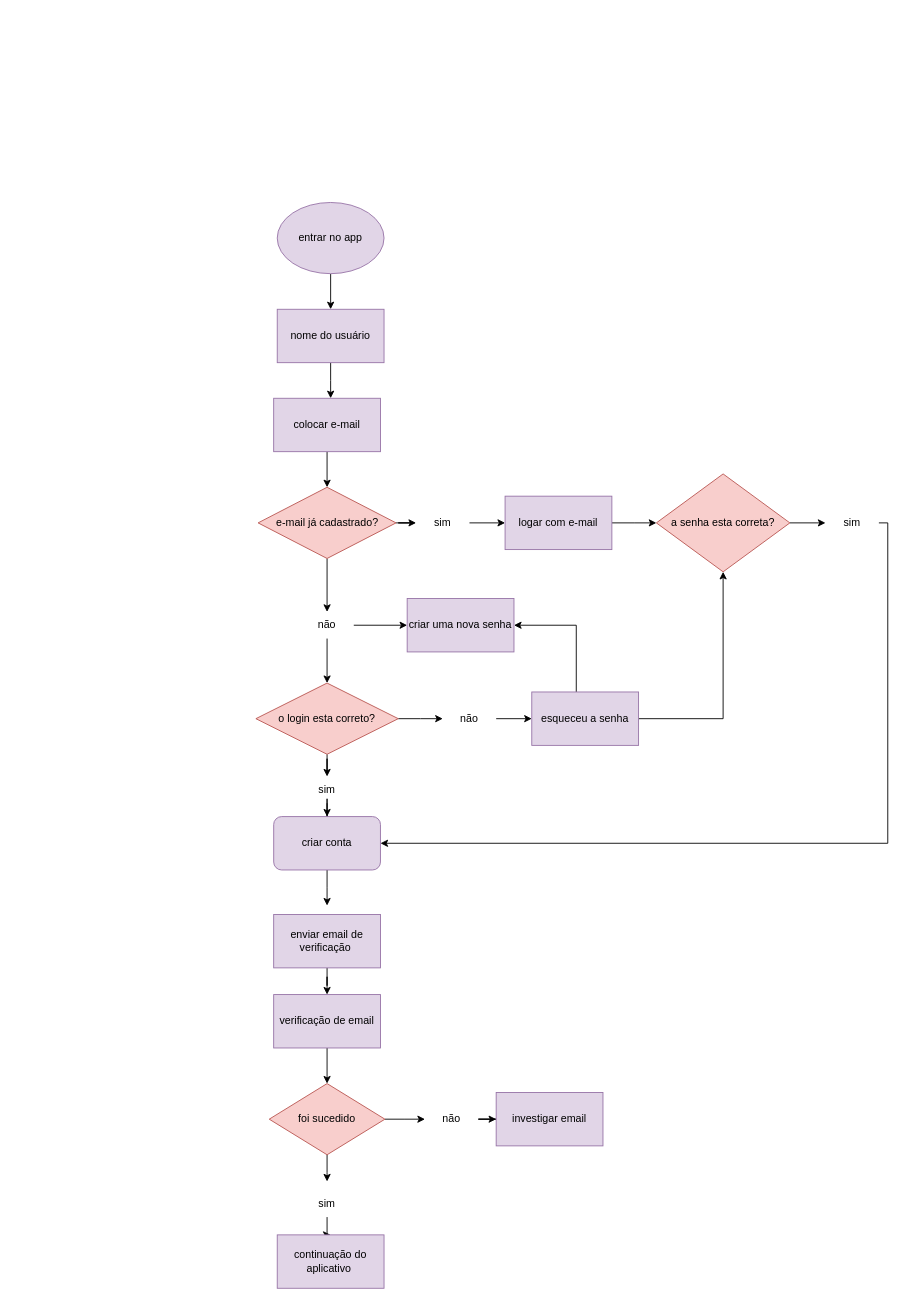
This is Doc/fluxograma.drawio from alifergabriel/pao, a draw.io file, before an edit. Source tidied: cells renumbered, new cells numbered last; positions are measured from the earlier drawing's top-left corner, leaving out a move shared by most shapes. Both pictures are drawn from the tidied source at 89%, with x=0, y=0 at pixel (-83, 104).
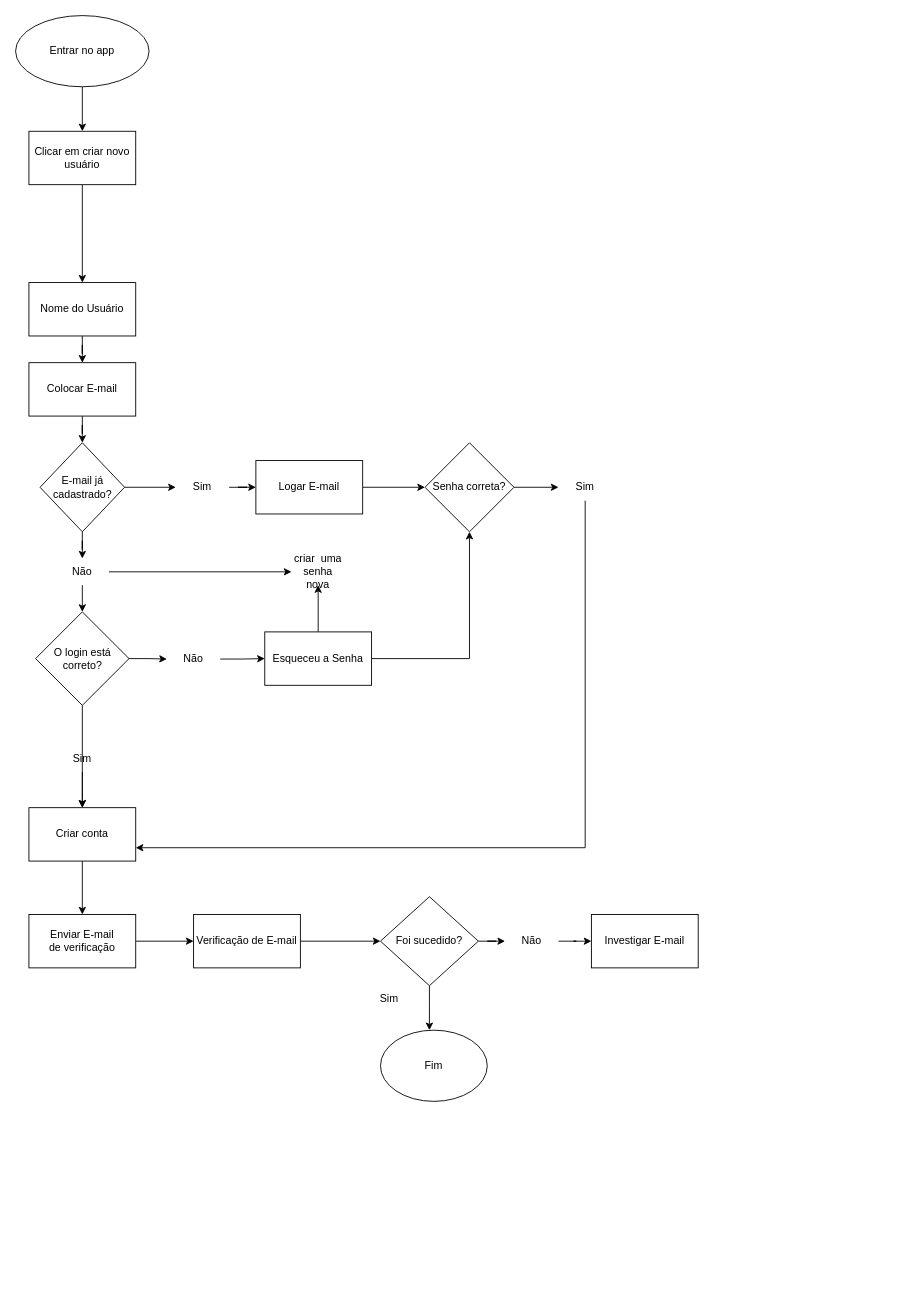
Above is the later version.

Diff of the diagram source:
```diff
@@
-    <mxCell id="2" style="edgeStyle=orthogonalEdgeStyle;rounded=0;orthogonalLoop=1;jettySize=auto;html=1;entryX=0;entryY=0.5;entryDx=0;entryDy=0;" parent="1" edge="1">
-      <mxGeometry relative="1" as="geometry">
-        <mxPoint x="404" as="targetPoint" />
-        <Array as="points">
-          <mxPoint y="1080" />
-          <mxPoint />
-        </Array>
-      </mxGeometry>
-    </mxCell>
-    <mxCell id="3" style="edgeStyle=orthogonalEdgeStyle;rounded=0;jettySize=auto;html=1;" parent="1" edge="1" source="4" target="6">
-      <mxGeometry relative="1" as="geometry" />
-    </mxCell>
-    <mxCell id="4" value="entrar no app" style="ellipse;whiteSpace=wrap;html=1;fillColor=#e1d5e7;strokeColor=#9673a6;" parent="1" vertex="1">
-      <mxGeometry x="404" y="110" width="120" height="80" as="geometry" />
-    </mxCell>
-    <mxCell id="5" style="edgeStyle=orthogonalEdgeStyle;rounded=0;jettySize=auto;html=1;" parent="1" edge="1" source="6">
-      <mxGeometry relative="1" as="geometry">
-        <mxPoint x="464" y="330" as="targetPoint" />
-      </mxGeometry>
-    </mxCell>
-    <mxCell id="6" value="nome do usuário" style="rounded=0;whiteSpace=wrap;html=1;fillColor=#e1d5e7;strokeColor=#9673a6;" parent="1" vertex="1">
-      <mxGeometry x="404" y="230" width="120" height="60" as="geometry" />
-    </mxCell>
-    <mxCell id="7" style="edgeStyle=orthogonalEdgeStyle;rounded=0;jettySize=auto;html=1;" parent="1" edge="1" source="8" target="11">
-      <mxGeometry relative="1" as="geometry" />
-    </mxCell>
-    <mxCell id="8" value="colocar e-mail" style="rounded=0;whiteSpace=wrap;html=1;fillColor=#e1d5e7;strokeColor=#9673a6;" parent="1" vertex="1">
-      <mxGeometry x="400" y="330" width="120" height="60" as="geometry" />
-    </mxCell>
-    <mxCell id="9" style="edgeStyle=orthogonalEdgeStyle;rounded=0;jettySize=auto;html=1;" parent="1" edge="1" source="11" target="13">
-      <mxGeometry relative="1" as="geometry" />
-    </mxCell>
-    <mxCell id="10" style="edgeStyle=orthogonalEdgeStyle;rounded=0;jettySize=auto;html=1;" parent="1" edge="1" source="11" target="22">
-      <mxGeometry relative="1" as="geometry" />
-    </mxCell>
-    <mxCell id="11" value="e-mail já cadastrado?" style="rhombus;whiteSpace=wrap;html=1;fillColor=#f8cecc;strokeColor=#b85450;" parent="1" vertex="1">
-      <mxGeometry x="382.5" y="430" width="155" height="80" as="geometry" />
-    </mxCell>
-    <mxCell id="12" style="edgeStyle=orthogonalEdgeStyle;rounded=0;jettySize=auto;html=1;" parent="1" edge="1" source="13" target="15">
-      <mxGeometry relative="1" as="geometry" />
-    </mxCell>
-    <mxCell id="13" value="sim" style="text;html=1;align=center;verticalAlign=middle;whiteSpace=wrap;rounded=0;" parent="1" vertex="1">
-      <mxGeometry x="560" y="455" width="60" height="30" as="geometry" />
-    </mxCell>
-    <mxCell id="14" style="edgeStyle=orthogonalEdgeStyle;rounded=0;jettySize=auto;html=1;" parent="1" edge="1" source="15">
-      <mxGeometry relative="1" as="geometry">
-        <mxPoint x="830" y="470" as="targetPoint" />
-      </mxGeometry>
-    </mxCell>
-    <mxCell id="15" value="logar com e-mail" style="rounded=0;whiteSpace=wrap;html=1;fillColor=#e1d5e7;strokeColor=#9673a6;" parent="1" vertex="1">
-      <mxGeometry x="660" y="440" width="120" height="60" as="geometry" />
-    </mxCell>
-    <mxCell id="16" style="edgeStyle=orthogonalEdgeStyle;rounded=0;jettySize=auto;html=1;" parent="1" edge="1" source="17" target="19">
-      <mxGeometry relative="1" as="geometry" />
-    </mxCell>
-    <mxCell id="17" value="a senha esta correta?" style="rhombus;whiteSpace=wrap;html=1;fillColor=#f8cecc;strokeColor=#b85450;" parent="1" vertex="1">
-      <mxGeometry x="830" y="415" width="150" height="110" as="geometry" />
-    </mxCell>
-    <mxCell id="18" style="edgeStyle=orthogonalEdgeStyle;rounded=0;jettySize=auto;html=1;entryX=1;entryY=0.5;entryDx=0;entryDy=0;" parent="1" edge="1" source="19" target="35">
-      <mxGeometry relative="1" as="geometry">
-        <Array as="points">
-          <mxPoint x="1090" y="470" />
-          <mxPoint x="1090" y="830" />
-        </Array>
-      </mxGeometry>
-    </mxCell>
-    <mxCell id="19" value="sim" style="text;html=1;align=center;verticalAlign=middle;whiteSpace=wrap;rounded=0;" parent="1" vertex="1">
-      <mxGeometry x="1020" y="455" width="60" height="30" as="geometry" />
-    </mxCell>
-    <mxCell id="20" style="edgeStyle=orthogonalEdgeStyle;rounded=0;jettySize=auto;html=1;" parent="1" edge="1" source="22" target="23">
-      <mxGeometry relative="1" as="geometry" />
-    </mxCell>
-    <mxCell id="21" style="edgeStyle=orthogonalEdgeStyle;rounded=0;jettySize=auto;html=1;" parent="1" edge="1" source="22" target="26">
-      <mxGeometry relative="1" as="geometry" />
-    </mxCell>
-    <mxCell id="22" value="não" style="text;html=1;align=center;verticalAlign=middle;whiteSpace=wrap;rounded=0;" parent="1" vertex="1">
-      <mxGeometry x="430" y="570" width="60" height="30" as="geometry" />
-    </mxCell>
-    <mxCell id="23" value="criar uma nova senha" style="rounded=0;whiteSpace=wrap;html=1;fillColor=#e1d5e7;strokeColor=#9673a6;" parent="1" vertex="1">
-      <mxGeometry x="550" y="555" width="120" height="60" as="geometry" />
-    </mxCell>
-    <mxCell id="24" style="edgeStyle=orthogonalEdgeStyle;rounded=0;jettySize=auto;html=1;" parent="1" edge="1" source="26">
-      <mxGeometry relative="1" as="geometry">
-        <mxPoint x="590" y="690" as="targetPoint" />
-      </mxGeometry>
-    </mxCell>
-    <mxCell id="25" style="edgeStyle=orthogonalEdgeStyle;rounded=0;jettySize=auto;html=1;" parent="1" edge="1" source="26" target="33">
-      <mxGeometry relative="1" as="geometry" />
-    </mxCell>
-    <mxCell id="26" value="o login esta correto?" style="rhombus;whiteSpace=wrap;html=1;fillColor=#f8cecc;strokeColor=#b85450;" parent="1" vertex="1">
-      <mxGeometry x="380" y="650" width="160" height="80" as="geometry" />
-    </mxCell>
-    <mxCell id="27" style="edgeStyle=orthogonalEdgeStyle;rounded=0;jettySize=auto;html=1;" parent="1" edge="1" source="28" target="31">
-      <mxGeometry relative="1" as="geometry" />
-    </mxCell>
-    <mxCell id="28" value="não" style="text;html=1;align=center;verticalAlign=middle;whiteSpace=wrap;rounded=0;" parent="1" vertex="1">
-      <mxGeometry x="590" y="675" width="60" height="30" as="geometry" />
-    </mxCell>
-    <mxCell id="29" style="edgeStyle=orthogonalEdgeStyle;rounded=0;jettySize=auto;html=1;entryX=1;entryY=0.5;entryDx=0;entryDy=0;" parent="1" edge="1" source="31" target="23">
-      <mxGeometry relative="1" as="geometry">
-        <Array as="points">
-          <mxPoint x="740" y="585" />
-        </Array>
-      </mxGeometry>
-    </mxCell>
-    <mxCell id="30" style="edgeStyle=orthogonalEdgeStyle;rounded=0;jettySize=auto;html=1;entryX=0.5;entryY=1;entryDx=0;entryDy=0;" parent="1" edge="1" source="31" target="17">
-      <mxGeometry relative="1" as="geometry" />
-    </mxCell>
-    <mxCell id="31" value="esqueceu a senha" style="rounded=0;whiteSpace=wrap;html=1;fillColor=#e1d5e7;strokeColor=#9673a6;" parent="1" vertex="1">
-      <mxGeometry x="690" y="660" width="120" height="60" as="geometry" />
-    </mxCell>
-    <mxCell id="32" style="edgeStyle=orthogonalEdgeStyle;rounded=0;jettySize=auto;html=1;" parent="1" edge="1" source="33" target="35">
-      <mxGeometry relative="1" as="geometry" />
-    </mxCell>
-    <mxCell id="33" value="sim" style="text;html=1;align=center;verticalAlign=middle;whiteSpace=wrap;rounded=0;" parent="1" vertex="1">
-      <mxGeometry x="430" y="755" width="60" height="30" as="geometry" />
-    </mxCell>
-    <mxCell id="34" style="edgeStyle=orthogonalEdgeStyle;rounded=0;jettySize=auto;html=1;" parent="1" edge="1" source="35">
-      <mxGeometry relative="1" as="geometry">
-        <mxPoint x="460" y="900" as="targetPoint" />
-      </mxGeometry>
-    </mxCell>
-    <mxCell id="35" value="criar conta" style="rounded=1;whiteSpace=wrap;html=1;fillColor=#e1d5e7;strokeColor=#9673a6;" parent="1" vertex="1">
-      <mxGeometry x="400" y="800" width="120" height="60" as="geometry" />
-    </mxCell>
-    <mxCell id="36" style="edgeStyle=orthogonalEdgeStyle;rounded=0;jettySize=auto;html=1;" parent="1" edge="1" source="37" target="39">
-      <mxGeometry relative="1" as="geometry" />
-    </mxCell>
-    <mxCell id="37" value="enviar email de verificação&amp;nbsp;" style="rounded=0;whiteSpace=wrap;html=1;fillColor=#e1d5e7;strokeColor=#9673a6;" parent="1" vertex="1">
-      <mxGeometry x="400" y="910" width="120" height="60" as="geometry" />
-    </mxCell>
-    <mxCell id="38" style="edgeStyle=orthogonalEdgeStyle;rounded=0;jettySize=auto;html=1;" parent="1" edge="1" source="39" target="42">
-      <mxGeometry relative="1" as="geometry" />
-    </mxCell>
-    <mxCell id="39" value="verificação de email" style="rounded=0;whiteSpace=wrap;html=1;fillColor=#e1d5e7;strokeColor=#9673a6;" parent="1" vertex="1">
-      <mxGeometry x="400" y="1000" width="120" height="60" as="geometry" />
-    </mxCell>
-    <mxCell id="40" style="edgeStyle=orthogonalEdgeStyle;rounded=0;jettySize=auto;html=1;" parent="1" edge="1" source="42">
-      <mxGeometry relative="1" as="geometry">
-        <mxPoint x="570" y="1140" as="targetPoint" />
-      </mxGeometry>
-    </mxCell>
-    <mxCell id="41" style="edgeStyle=orthogonalEdgeStyle;rounded=0;jettySize=auto;html=1;" parent="1" edge="1" source="42">
-      <mxGeometry relative="1" as="geometry">
-        <mxPoint x="460" y="1210" as="targetPoint" />
-      </mxGeometry>
-    </mxCell>
-    <mxCell id="42" value="foi sucedido" style="rhombus;whiteSpace=wrap;html=1;fillColor=#f8cecc;strokeColor=#b85450;" parent="1" vertex="1">
-      <mxGeometry x="395" y="1100" width="130" height="80" as="geometry" />
-    </mxCell>
-    <mxCell id="43" style="edgeStyle=orthogonalEdgeStyle;rounded=0;jettySize=auto;html=1;" parent="1" edge="1" source="44" target="45">
-      <mxGeometry relative="1" as="geometry" />
-    </mxCell>
-    <mxCell id="44" value="não" style="text;html=1;align=center;verticalAlign=middle;whiteSpace=wrap;rounded=0;" parent="1" vertex="1">
-      <mxGeometry x="570" y="1125" width="60" height="30" as="geometry" />
-    </mxCell>
-    <mxCell id="45" value="investigar email" style="rounded=0;whiteSpace=wrap;html=1;fillColor=#e1d5e7;strokeColor=#9673a6;" parent="1" vertex="1">
-      <mxGeometry x="650" y="1110" width="120" height="60" as="geometry" />
-    </mxCell>
-    <mxCell id="46" style="edgeStyle=orthogonalEdgeStyle;rounded=0;jettySize=auto;html=1;" parent="1" edge="1" source="47" target="48">
-      <mxGeometry relative="1" as="geometry" />
-    </mxCell>
-    <mxCell id="47" value="sim" style="text;html=1;align=center;verticalAlign=middle;whiteSpace=wrap;rounded=0;" parent="1" vertex="1">
-      <mxGeometry x="430" y="1220" width="60" height="30" as="geometry" />
-    </mxCell>
-    <mxCell id="48" value="continuação do aplicativo&amp;nbsp;" style="rounded=0;whiteSpace=wrap;html=1;fillColor=#e1d5e7;strokeColor=#9673a6;" parent="1" vertex="1">
-      <mxGeometry x="404" y="1270" width="120" height="60" as="geometry" />
-    </mxCell>
+    <mxCell id="49" style="edgeStyle=orthogonalEdgeStyle;rounded=0;jettySize=auto;html=1;" parent="1" edge="1" source="50" target="95">
+      <mxGeometry relative="1" as="geometry" />
+    </mxCell>
+    <mxCell id="50" value="Entrar no app" style="ellipse;whiteSpace=wrap;html=1;" parent="1" vertex="1">
+      <mxGeometry x="110" y="-100" width="150" height="80" as="geometry" />
+    </mxCell>
+    <mxCell id="51" style="edgeStyle=orthogonalEdgeStyle;rounded=0;jettySize=auto;html=1;" parent="1" edge="1" source="52" target="54">
+      <mxGeometry relative="1" as="geometry" />
+    </mxCell>
+    <mxCell id="52" value="Nome do Usuário" style="rounded=0;whiteSpace=wrap;html=1;" parent="1" vertex="1">
+      <mxGeometry x="125" y="200" width="120" height="60" as="geometry" />
+    </mxCell>
+    <mxCell id="53" style="edgeStyle=orthogonalEdgeStyle;rounded=0;jettySize=auto;html=1;" parent="1" edge="1" source="54" target="57">
+      <mxGeometry relative="1" as="geometry" />
+    </mxCell>
+    <mxCell id="54" value="Colocar E-mail" style="rounded=0;whiteSpace=wrap;html=1;" parent="1" vertex="1">
+      <mxGeometry x="125" y="290" width="120" height="60" as="geometry" />
+    </mxCell>
+    <mxCell id="55" style="edgeStyle=orthogonalEdgeStyle;rounded=0;jettySize=auto;html=1;" parent="1" edge="1" source="57" target="60">
+      <mxGeometry relative="1" as="geometry" />
+    </mxCell>
+    <mxCell id="56" style="edgeStyle=orthogonalEdgeStyle;rounded=0;jettySize=auto;html=1;" parent="1" edge="1" source="57" target="65">
+      <mxGeometry relative="1" as="geometry" />
+    </mxCell>
+    <mxCell id="57" value="E-mail já cadastrado?" style="rhombus;whiteSpace=wrap;html=1;" parent="1" vertex="1">
+      <mxGeometry x="137.5" y="380" width="95" height="100" as="geometry" />
+    </mxCell>
+    <mxCell id="58" style="edgeStyle=orthogonalEdgeStyle;rounded=0;jettySize=auto;html=1;" parent="1" edge="1" source="60">
+      <mxGeometry relative="1" as="geometry">
+        <mxPoint x="185" y="570" as="targetPoint" />
+      </mxGeometry>
+    </mxCell>
+    <mxCell id="59" style="edgeStyle=orthogonalEdgeStyle;rounded=0;jettySize=auto;html=1;entryX=0;entryY=0.5;entryDx=0;entryDy=0;" parent="1" edge="1" source="60" target="77">
+      <mxGeometry relative="1" as="geometry" />
+    </mxCell>
+    <mxCell id="60" value="Não" style="text;html=1;align=center;verticalAlign=middle;whiteSpace=wrap;rounded=0;" parent="1" vertex="1">
+      <mxGeometry x="155" y="510" width="60" height="30" as="geometry" />
+    </mxCell>
+    <mxCell id="61" style="edgeStyle=orthogonalEdgeStyle;rounded=0;jettySize=auto;html=1;" parent="1" edge="1" source="63" target="76">
+      <mxGeometry relative="1" as="geometry" />
+    </mxCell>
+    <mxCell id="62" style="edgeStyle=orthogonalEdgeStyle;rounded=0;jettySize=auto;html=1;" parent="1" edge="1" source="63" target="81">
+      <mxGeometry relative="1" as="geometry" />
+    </mxCell>
+    <mxCell id="63" value="O login está correto?" style="rhombus;whiteSpace=wrap;html=1;" parent="1" vertex="1">
+      <mxGeometry x="132.5" y="570" width="105" height="105" as="geometry" />
+    </mxCell>
+    <mxCell id="64" style="edgeStyle=orthogonalEdgeStyle;rounded=0;jettySize=auto;html=1;" parent="1" edge="1" source="65" target="67">
+      <mxGeometry relative="1" as="geometry" />
+    </mxCell>
+    <mxCell id="65" value="Sim" style="text;html=1;align=center;verticalAlign=middle;whiteSpace=wrap;rounded=0;" parent="1" vertex="1">
+      <mxGeometry x="290" y="415" width="60" height="30" as="geometry" />
+    </mxCell>
+    <mxCell id="66" style="edgeStyle=orthogonalEdgeStyle;rounded=0;jettySize=auto;html=1;" parent="1" edge="1" source="67" target="69">
+      <mxGeometry relative="1" as="geometry" />
+    </mxCell>
+    <mxCell id="67" value="Logar E-mail" style="rounded=0;whiteSpace=wrap;html=1;" parent="1" vertex="1">
+      <mxGeometry x="380" y="400" width="120" height="60" as="geometry" />
+    </mxCell>
+    <mxCell id="68" style="edgeStyle=orthogonalEdgeStyle;rounded=0;jettySize=auto;html=1;" parent="1" edge="1" source="69" target="71">
+      <mxGeometry relative="1" as="geometry" />
+    </mxCell>
+    <mxCell id="69" value="Senha correta?" style="rhombus;whiteSpace=wrap;html=1;" parent="1" vertex="1">
+      <mxGeometry x="570" y="380" width="100" height="100" as="geometry" />
+    </mxCell>
+    <mxCell id="70" style="edgeStyle=orthogonalEdgeStyle;rounded=0;jettySize=auto;html=1;entryX=1;entryY=0.75;entryDx=0;entryDy=0;" parent="1" edge="1" source="71" target="81">
+      <mxGeometry relative="1" as="geometry">
+        <Array as="points">
+          <mxPoint x="750" y="835" />
+        </Array>
+      </mxGeometry>
+    </mxCell>
+    <mxCell id="71" value="Sim" style="text;html=1;align=center;verticalAlign=middle;whiteSpace=wrap;rounded=0;" parent="1" vertex="1">
+      <mxGeometry x="720" y="415" width="60" height="30" as="geometry" />
+    </mxCell>
+    <mxCell id="72" style="edgeStyle=orthogonalEdgeStyle;rounded=0;jettySize=auto;html=1;" parent="1" edge="1" source="74" target="77">
+      <mxGeometry relative="1" as="geometry" />
+    </mxCell>
+    <mxCell id="73" style="edgeStyle=orthogonalEdgeStyle;rounded=0;jettySize=auto;html=1;entryX=0.5;entryY=1;entryDx=0;entryDy=0;" parent="1" edge="1" source="74" target="69">
+      <mxGeometry relative="1" as="geometry" />
+    </mxCell>
+    <mxCell id="74" value="Esqueceu a Senha" style="rounded=0;whiteSpace=wrap;html=1;" parent="1" vertex="1">
+      <mxGeometry x="390" y="592.5" width="120" height="60" as="geometry" />
+    </mxCell>
+    <mxCell id="75" style="edgeStyle=orthogonalEdgeStyle;rounded=0;jettySize=auto;html=1;" parent="1" edge="1" source="76" target="74">
+      <mxGeometry relative="1" as="geometry" />
+    </mxCell>
+    <mxCell id="76" value="Não" style="text;html=1;align=center;verticalAlign=middle;whiteSpace=wrap;rounded=0;" parent="1" vertex="1">
+      <mxGeometry x="280" y="608" width="60" height="30" as="geometry" />
+    </mxCell>
+    <mxCell id="77" value="criar&amp;nbsp; uma senha nova" style="text;html=1;align=center;verticalAlign=middle;whiteSpace=wrap;rounded=0;" parent="1" vertex="1">
+      <mxGeometry x="420" y="510" width="60" height="30" as="geometry" />
+    </mxCell>
+    <mxCell id="78" style="edgeStyle=orthogonalEdgeStyle;rounded=0;jettySize=auto;html=1;" parent="1" edge="1" source="79" target="81">
+      <mxGeometry relative="1" as="geometry" />
+    </mxCell>
+    <mxCell id="79" value="Sim" style="text;html=1;align=center;verticalAlign=middle;whiteSpace=wrap;rounded=0;" parent="1" vertex="1">
+      <mxGeometry x="155" y="720" width="60" height="30" as="geometry" />
+    </mxCell>
+    <mxCell id="80" style="edgeStyle=orthogonalEdgeStyle;rounded=0;jettySize=auto;html=1;" parent="1" edge="1" source="81" target="83">
+      <mxGeometry relative="1" as="geometry" />
+    </mxCell>
+    <mxCell id="81" value="Criar conta" style="rounded=0;whiteSpace=wrap;html=1;" parent="1" vertex="1">
+      <mxGeometry x="125" y="790" width="120" height="60" as="geometry" />
+    </mxCell>
+    <mxCell id="82" style="edgeStyle=orthogonalEdgeStyle;rounded=0;jettySize=auto;html=1;" parent="1" edge="1" source="83" target="85">
+      <mxGeometry relative="1" as="geometry" />
+    </mxCell>
+    <mxCell id="83" value="Enviar E-mail&lt;div&gt;de verificação&lt;/div&gt;" style="rounded=0;whiteSpace=wrap;html=1;" parent="1" vertex="1">
+      <mxGeometry x="125" y="910" width="120" height="60" as="geometry" />
+    </mxCell>
+    <mxCell id="84" style="edgeStyle=orthogonalEdgeStyle;rounded=0;jettySize=auto;html=1;" parent="1" edge="1" source="85" target="88">
+      <mxGeometry relative="1" as="geometry" />
+    </mxCell>
+    <mxCell id="85" value="Verificação de E-mail" style="rounded=0;whiteSpace=wrap;html=1;" parent="1" vertex="1">
+      <mxGeometry x="310" y="910" width="120" height="60" as="geometry" />
+    </mxCell>
+    <mxCell id="86" style="edgeStyle=orthogonalEdgeStyle;rounded=0;jettySize=auto;html=1;" parent="1" edge="1" source="88" target="90">
+      <mxGeometry relative="1" as="geometry" />
+    </mxCell>
+    <mxCell id="87" style="edgeStyle=orthogonalEdgeStyle;rounded=0;jettySize=auto;html=1;" parent="1" edge="1" source="88">
+      <mxGeometry relative="1" as="geometry">
+        <mxPoint x="575" y="1040" as="targetPoint" />
+      </mxGeometry>
+    </mxCell>
+    <mxCell id="88" value="Foi sucedido?" style="rhombus;whiteSpace=wrap;html=1;" parent="1" vertex="1">
+      <mxGeometry x="520" y="890" width="110" height="100" as="geometry" />
+    </mxCell>
+    <mxCell id="89" style="edgeStyle=orthogonalEdgeStyle;rounded=0;jettySize=auto;html=1;" parent="1" edge="1" source="90" target="91">
+      <mxGeometry relative="1" as="geometry" />
+    </mxCell>
+    <mxCell id="90" value="Não" style="text;html=1;align=center;verticalAlign=middle;whiteSpace=wrap;rounded=0;" parent="1" vertex="1">
+      <mxGeometry x="660" y="925" width="60" height="30" as="geometry" />
+    </mxCell>
+    <mxCell id="91" value="Investigar E-mail" style="rounded=0;whiteSpace=wrap;html=1;" parent="1" vertex="1">
+      <mxGeometry x="757" y="910" width="120" height="60" as="geometry" />
+    </mxCell>
+    <mxCell id="92" value="Fim" style="ellipse;whiteSpace=wrap;html=1;" parent="1" vertex="1">
+      <mxGeometry x="520" y="1040" width="120" height="80" as="geometry" />
+    </mxCell>
+    <mxCell id="93" value="Sim" style="text;html=1;align=center;verticalAlign=middle;whiteSpace=wrap;rounded=0;" parent="1" vertex="1">
+      <mxGeometry x="500" y="990" width="60" height="30" as="geometry" />
+    </mxCell>
+    <mxCell id="94" style="edgeStyle=orthogonalEdgeStyle;rounded=0;jettySize=auto;html=1;" parent="1" edge="1" source="95" target="52">
+      <mxGeometry relative="1" as="geometry" />
+    </mxCell>
+    <mxCell id="95" value="Clicar em criar novo usuário" style="rounded=0;whiteSpace=wrap;html=1;" parent="1" vertex="1">
+      <mxGeometry x="125" y="30" width="120" height="60" as="geometry" />
+    </mxCell>
```
